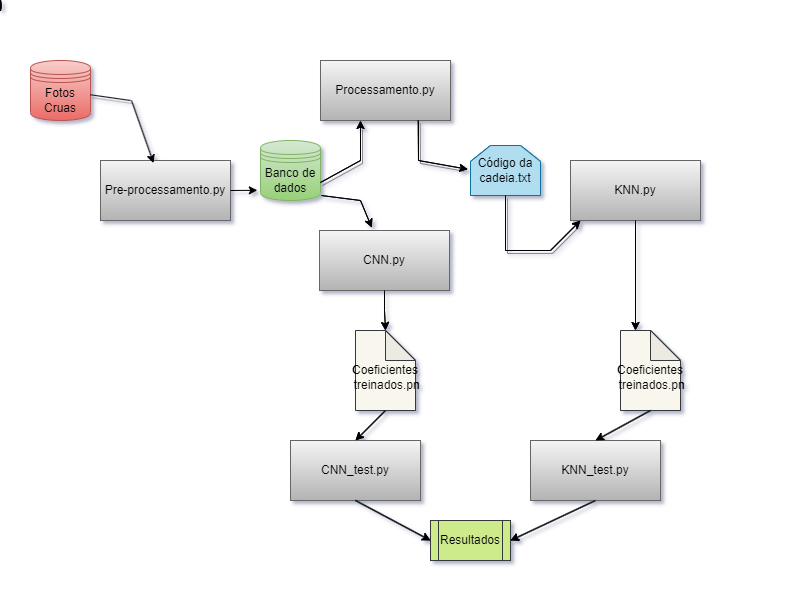
Before: projetos/yoga-poses-classification/assets/Workflow.drawio.png, a diagram exported from draw.io (Disciplinas-FEEC/IA901-2023S1). Source tidied: cells renumbered, new cells last; positions are measured from the earlier drawing's top-left corner, leaving out a move shared by most shapes.
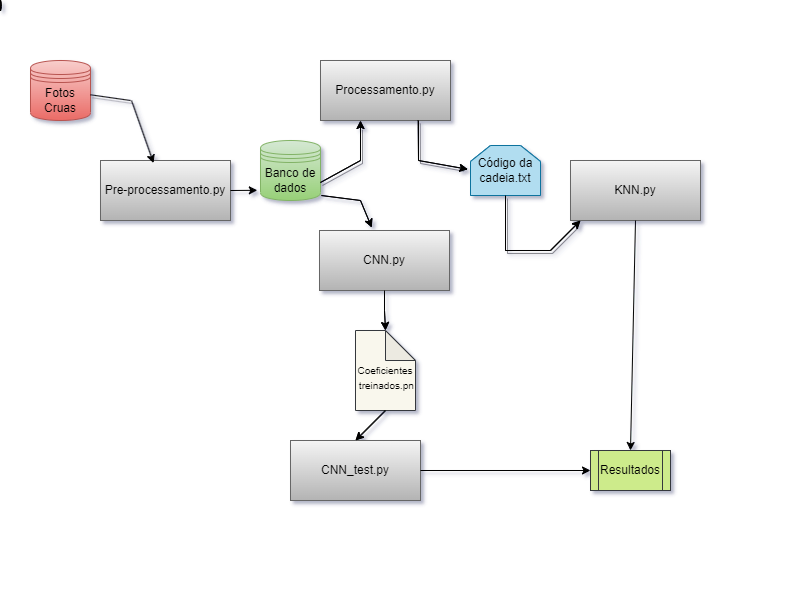
The same diagram one commit later.

Change to the diagram source:
```diff
@@ -68,7 +68,7 @@
         </Array>
       </mxGeometry>
     </mxCell>
-    <mxCell id="16" value="&amp;nbsp; &amp;nbsp; Coeficientes&lt;br&gt;&amp;nbsp;treinados.pn" style="shape=note;whiteSpace=wrap;html=1;backgroundOutline=1;darkOpacity=0.05;fillColor=#f9f7ed;strokeColor=#36393d;" parent="1" vertex="1">
+    <mxCell id="16" value="&lt;font style=&quot;font-size: 10px;&quot;&gt;&amp;nbsp; &amp;nbsp; Coeficientes&lt;br&gt;&amp;nbsp;treinados.pn&lt;/font&gt;" style="shape=note;whiteSpace=wrap;html=1;backgroundOutline=1;darkOpacity=0.05;fillColor=#f9f7ed;strokeColor=#36393d;" parent="1" vertex="1">
       <mxGeometry x="355" y="330" width="60" height="80" as="geometry" />
     </mxCell>
     <mxCell id="17" style="endArrow=classic;html=1;rounded=0;entryX=0;entryY=0;entryDx=30;entryDy=0;entryPerimeter=0;exitX=0.5;exitY=1;exitDx=0;exitDy=0;" parent="1" edge="1" source="14" target="16">
@@ -78,35 +78,18 @@
         </Array>
       </mxGeometry>
     </mxCell>
-    <mxCell id="18" style="endArrow=classic;html=1;rounded=0;entryX=0;entryY=0;entryDx=30;entryDy=0;entryPerimeter=0;exitX=0.5;exitY=1;exitDx=0;exitDy=0;" parent="1" edge="1" source="10">
-      <mxGeometry relative="1" as="geometry">
-        <mxPoint x="635" y="330" as="targetPoint" />
-      </mxGeometry>
-    </mxCell>
-    <mxCell id="19" value="&amp;nbsp; &amp;nbsp; Coeficientes&lt;br&gt;&amp;nbsp;treinados.pn" style="shape=note;whiteSpace=wrap;html=1;backgroundOutline=1;darkOpacity=0.05;fillColor=#f9f7ed;strokeColor=#36393d;" parent="1" vertex="1">
-      <mxGeometry x="620" y="330" width="60" height="80" as="geometry" />
-    </mxCell>
     <mxCell id="20" style="endArrow=classic;html=1;rounded=0;exitX=0.5;exitY=1;exitDx=0;exitDy=0;exitPerimeter=0;entryX=0.5;entryY=0;entryDx=0;entryDy=0;" parent="1" edge="1" source="16" target="22">
       <mxGeometry relative="1" as="geometry" />
     </mxCell>
     <mxCell id="21" value="Resultados" style="shape=process;whiteSpace=wrap;html=1;backgroundOutline=1;fillColor=#cdeb8b;strokeColor=#36393d;" parent="1" vertex="1">
-      <mxGeometry x="430" y="520" width="80" height="40" as="geometry" />
+      <mxGeometry x="590" y="450" width="80" height="40" as="geometry" />
     </mxCell>
     <mxCell id="22" value="CNN_test.py" style="whiteSpace=wrap;html=1;align=center;verticalAlign=middle;newEdgeStyle={&quot;edgeStyle&quot;:&quot;elbowEdgeStyle&quot;,&quot;startArrow&quot;:&quot;none&quot;,&quot;endArrow&quot;:&quot;none&quot;};fillColor=#f5f5f5;gradientColor=#b3b3b3;strokeColor=#666666;" parent="1" vertex="1">
       <mxGeometry x="290" y="440" width="130" height="60" as="geometry" />
     </mxCell>
-    <mxCell id="23" value="KNN_test.py" style="whiteSpace=wrap;html=1;align=center;verticalAlign=middle;newEdgeStyle={&quot;edgeStyle&quot;:&quot;elbowEdgeStyle&quot;,&quot;startArrow&quot;:&quot;none&quot;,&quot;endArrow&quot;:&quot;none&quot;};fillColor=#f5f5f5;gradientColor=#b3b3b3;strokeColor=#666666;" parent="1" vertex="1">
-      <mxGeometry x="530" y="440" width="130" height="60" as="geometry" />
-    </mxCell>
-    <mxCell id="24" style="endArrow=classic;html=1;rounded=0;entryX=0.5;entryY=0;entryDx=0;entryDy=0;exitX=0.5;exitY=1;exitDx=0;exitDy=0;exitPerimeter=0;" parent="1" edge="1" source="19" target="23">
-      <mxGeometry relative="1" as="geometry" />
-    </mxCell>
-    <mxCell id="25" style="endArrow=classic;html=1;rounded=0;exitX=0.5;exitY=1;exitDx=0;exitDy=0;entryX=0;entryY=0.5;entryDx=0;entryDy=0;" parent="1" edge="1" source="22" target="21">
+    <mxCell id="25" style="endArrow=classic;html=1;rounded=0;exitX=1;exitY=0.5;exitDx=0;exitDy=0;entryX=0;entryY=0.5;entryDx=0;entryDy=0;" parent="1" edge="1" source="22" target="21">
       <mxGeometry relative="1" as="geometry" />
     </mxCell>
-    <mxCell id="26" style="endArrow=classic;html=1;rounded=0;exitX=0.5;exitY=1;exitDx=0;exitDy=0;entryX=1;entryY=0.5;entryDx=0;entryDy=0;" parent="1" edge="1" source="23" target="21">
-      <mxGeometry relative="1" as="geometry" />
-    </mxCell>
     <mxCell id="27" style="endArrow=classic;html=1;rounded=0;exitX=1;exitY=0.7;exitDx=0;exitDy=0;shadow=1;" parent="1" edge="1">
       <mxGeometry relative="1" as="geometry">
         <mxPoint x="320" y="182" as="sourcePoint" />
@@ -151,46 +134,23 @@
         </Array>
       </mxGeometry>
     </mxCell>
-    <mxCell id="34" value="&amp;nbsp; &amp;nbsp; Coeficientes&lt;br&gt;&amp;nbsp;treinados.pn" style="shape=note;whiteSpace=wrap;html=1;backgroundOutline=1;darkOpacity=0.05;fillColor=#f9f7ed;strokeColor=#36393d;" parent="1" vertex="1">
-      <mxGeometry x="355" y="330" width="60" height="80" as="geometry" />
-    </mxCell>
-    <mxCell id="35" style="endArrow=classic;html=1;rounded=0;entryX=0;entryY=0;entryDx=30;entryDy=0;entryPerimeter=0;exitX=0.5;exitY=1;exitDx=0;exitDy=0;" parent="1" edge="1" source="32" target="34">
+    <mxCell id="35" style="endArrow=classic;html=1;rounded=0;entryX=0;entryY=0;entryDx=30;entryDy=0;entryPerimeter=0;exitX=0.5;exitY=1;exitDx=0;exitDy=0;" parent="1" edge="1" source="32">
       <mxGeometry relative="1" as="geometry">
+        <mxPoint x="385" y="330" as="targetPoint" />
         <Array as="points">
           <mxPoint x="384" y="310" />
         </Array>
       </mxGeometry>
     </mxCell>
-    <mxCell id="36" style="endArrow=classic;html=1;rounded=0;entryX=0;entryY=0;entryDx=30;entryDy=0;entryPerimeter=0;exitX=0.5;exitY=1;exitDx=0;exitDy=0;" parent="1" edge="1" source="28">
-      <mxGeometry relative="1" as="geometry">
-        <mxPoint x="635" y="330" as="targetPoint" />
-      </mxGeometry>
+    <mxCell id="36" style="endArrow=classic;html=1;rounded=0;entryX=0.5;entryY=0;entryDx=0;entryDy=0;exitX=0.5;exitY=1;exitDx=0;exitDy=0;" parent="1" edge="1" source="28" target="21">
+      <mxGeometry relative="1" as="geometry" />
     </mxCell>
-    <mxCell id="37" value="&amp;nbsp; &amp;nbsp; Coeficientes&lt;br&gt;&amp;nbsp;treinados.pn" style="shape=note;whiteSpace=wrap;html=1;backgroundOutline=1;darkOpacity=0.05;fillColor=#f9f7ed;strokeColor=#36393d;" parent="1" vertex="1">
-      <mxGeometry x="620" y="330" width="60" height="80" as="geometry" />
-    </mxCell>
-    <mxCell id="38" style="endArrow=classic;html=1;rounded=0;exitX=0.5;exitY=1;exitDx=0;exitDy=0;exitPerimeter=0;entryX=0.5;entryY=0;entryDx=0;entryDy=0;" parent="1" edge="1" source="34">
+    <mxCell id="38" style="endArrow=classic;html=1;rounded=0;exitX=0.5;exitY=1;exitDx=0;exitDy=0;exitPerimeter=0;entryX=0.5;entryY=0;entryDx=0;entryDy=0;" parent="1" edge="1">
       <mxGeometry relative="1" as="geometry">
+        <mxPoint x="385" y="410" as="sourcePoint" />
         <mxPoint x="355" y="440" as="targetPoint" />
       </mxGeometry>
     </mxCell>
-    <mxCell id="39" value="KNN_test.py" style="whiteSpace=wrap;html=1;align=center;verticalAlign=middle;newEdgeStyle={&quot;edgeStyle&quot;:&quot;elbowEdgeStyle&quot;,&quot;startArrow&quot;:&quot;none&quot;,&quot;endArrow&quot;:&quot;none&quot;};fillColor=#f5f5f5;gradientColor=#b3b3b3;strokeColor=#666666;" parent="1" vertex="1">
-      <mxGeometry x="530" y="440" width="130" height="60" as="geometry" />
-    </mxCell>
-    <mxCell id="40" style="endArrow=classic;html=1;rounded=0;entryX=0.5;entryY=0;entryDx=0;entryDy=0;exitX=0.5;exitY=1;exitDx=0;exitDy=0;exitPerimeter=0;" parent="1" edge="1" source="37" target="39">
-      <mxGeometry relative="1" as="geometry" />
-    </mxCell>
-    <mxCell id="41" style="endArrow=classic;html=1;rounded=0;exitX=0.5;exitY=1;exitDx=0;exitDy=0;entryX=0;entryY=0.5;entryDx=0;entryDy=0;" parent="1" edge="1">
-      <mxGeometry relative="1" as="geometry">
-        <mxPoint x="355" y="500" as="sourcePoint" />
-        <mxPoint x="430" y="540" as="targetPoint" />
-      </mxGeometry>
-    </mxCell>
-    <mxCell id="42" style="endArrow=classic;html=1;rounded=0;exitX=0.5;exitY=1;exitDx=0;exitDy=0;entryX=1;entryY=0.5;entryDx=0;entryDy=0;" parent="1" edge="1" source="39">
-      <mxGeometry relative="1" as="geometry">
-        <mxPoint x="510" y="540" as="targetPoint" />
-      </mxGeometry>
-    </mxCell>
     <mxCell id="43" style="endArrow=none;html=1;rounded=0;sketch=1;hachureGap=4;jiggle=2;curveFitting=1;fontFamily=Architects Daughter;fontSource=https%3A%2F%2Ffonts.googleapis.com%2Fcss%3Ffamily%3DArchitects%2BDaughter;fontSize=16;" parent="1" edge="1">
       <mxGeometry relative="1" as="geometry">
         <mxPoint y="10" as="sourcePoint" />
```
